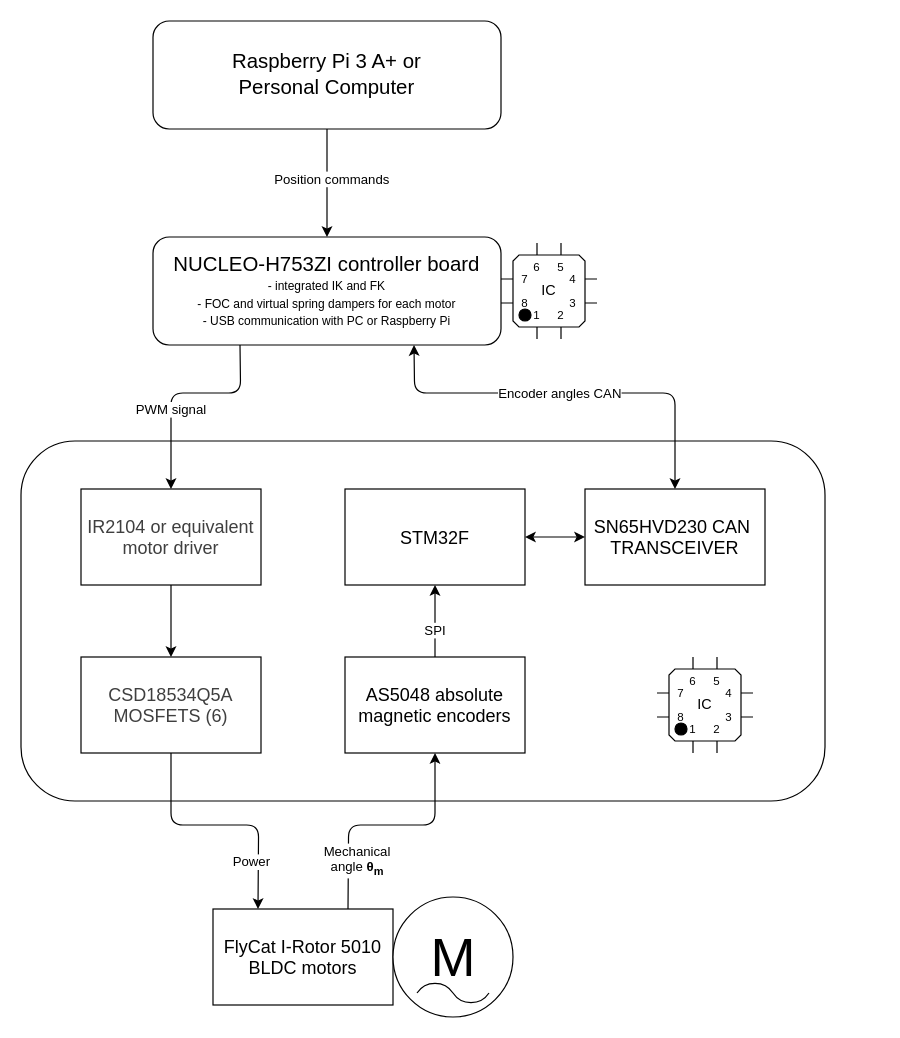
This is Project_Overview.drawio from horvathd2/Custom-Haptic-Device, a draw.io file, before an edit. Source tidied: cells renumbered, new cells numbered last; positions are measured from the earlier drawing's top-left corner, leaving out a move shared by most shapes. Both pictures are drawn from the tidied source at 120%, with x=0, y=0 at pixel (20, 20).
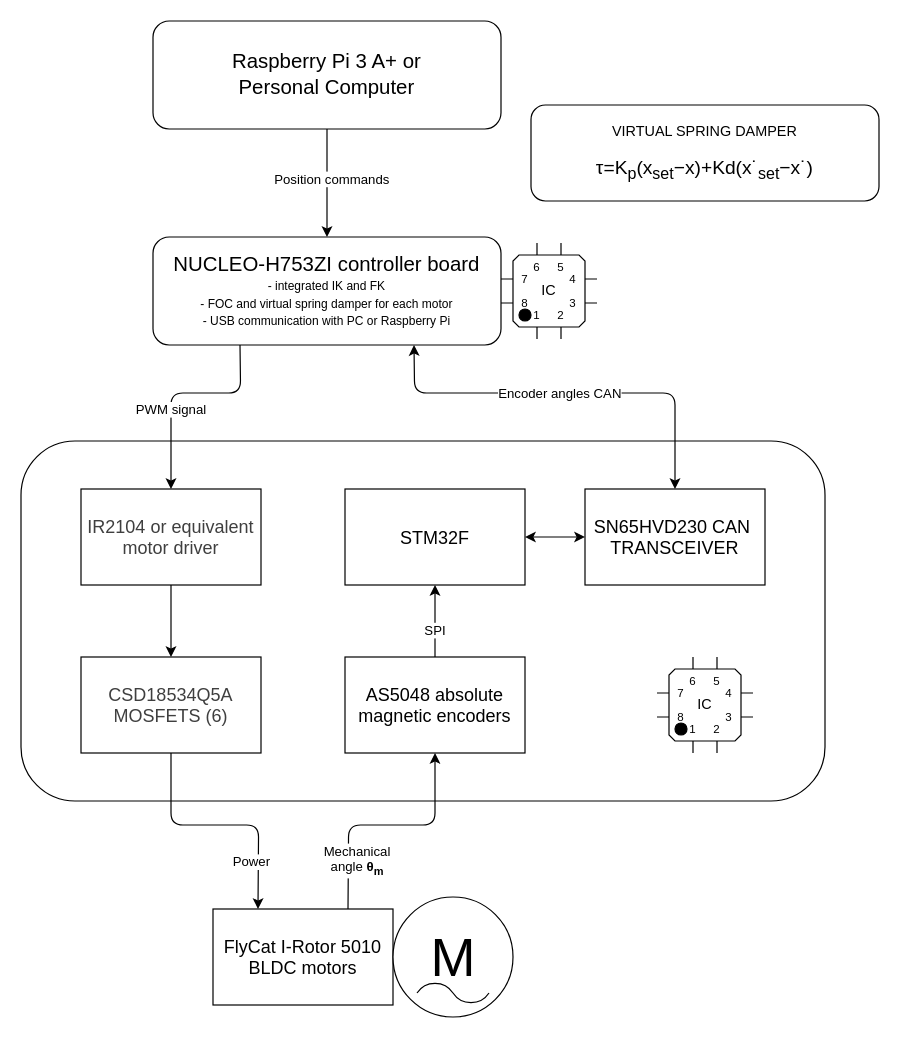
After the change.

Diff of the diagram source:
```diff
@@
-    <mxCell id="5" value="&lt;font style=&quot;font-size: 17px;&quot;&gt;NUCLEO-H753ZI controller board&lt;/font&gt;&lt;div&gt;&lt;font style=&quot;font-size: 10px;&quot;&gt;- integrated IK and FK&lt;/font&gt;&lt;/div&gt;&lt;div&gt;&lt;font style=&quot;font-size: 10px;&quot;&gt;- FOC and virtual spring dampers for each motor&lt;/font&gt;&lt;/div&gt;&lt;div&gt;&lt;font style=&quot;font-size: 10px;&quot;&gt;- USB communication with PC or Raspberry Pi&lt;/font&gt;&lt;/div&gt;" style="rounded=1;whiteSpace=wrap;html=1;" parent="1" vertex="1">
+    <mxCell id="5" value="&lt;font style=&quot;font-size: 17px;&quot;&gt;NUCLEO-H753ZI controller board&lt;/font&gt;&lt;div&gt;&lt;font style=&quot;font-size: 10px;&quot;&gt;- integrated IK and FK&lt;/font&gt;&lt;/div&gt;&lt;div&gt;&lt;font style=&quot;font-size: 10px;&quot;&gt;- FOC and virtual spring damper for each motor&lt;/font&gt;&lt;/div&gt;&lt;div&gt;&lt;font style=&quot;font-size: 10px;&quot;&gt;- USB communication with PC or Raspberry Pi&lt;/font&gt;&lt;/div&gt;" style="rounded=1;whiteSpace=wrap;html=1;" parent="1" vertex="1">
       <mxGeometry x="110" y="180" width="290" height="90" as="geometry" />
     </mxCell>
@@
+    <mxCell id="28" value="VIRTUAL SPRING DAMPER&lt;div&gt;&lt;font color=&quot;#000000&quot;&gt;&lt;br&gt;&lt;/font&gt;&lt;div&gt;&lt;font style=&quot;font-size: 16px;&quot;&gt;&lt;span style=&quot;&quot; class=&quot;base&quot;&gt;&lt;span style=&quot;&quot; class=&quot;mord mathnormal&quot;&gt;τ&lt;/span&gt;&lt;span style=&quot;&quot; class=&quot;mspace&quot;&gt;&lt;/span&gt;&lt;span style=&quot;&quot; class=&quot;mrel&quot;&gt;=&lt;/span&gt;&lt;span style=&quot;&quot; class=&quot;mspace&quot;&gt;&lt;/span&gt;&lt;/span&gt;&lt;span style=&quot;&quot; class=&quot;base&quot;&gt;&lt;span class=&quot;strut&quot;&gt;&lt;/span&gt;&lt;span class=&quot;mord&quot;&gt;&lt;span class=&quot;mord mathnormal&quot;&gt;K&lt;/span&gt;&lt;span class=&quot;msupsub&quot;&gt;&lt;span class=&quot;vlist-t vlist-t2&quot;&gt;&lt;span class=&quot;vlist-r&quot;&gt;&lt;span class=&quot;vlist&quot;&gt;&lt;sub&gt;&lt;span class=&quot;pstrut&quot;&gt;&lt;/span&gt;&lt;span class=&quot;sizing reset-size6 size3 mtight&quot;&gt;&lt;span class=&quot;mord mathnormal mtight&quot;&gt;p&lt;/span&gt;&lt;/span&gt;&lt;/sub&gt;&lt;/span&gt;&lt;span class=&quot;vlist-s&quot;&gt;&lt;/span&gt;&lt;/span&gt;&lt;span class=&quot;vlist-r&quot;&gt;&lt;span class=&quot;vlist&quot;&gt;&lt;/span&gt;&lt;/span&gt;&lt;/span&gt;&lt;/span&gt;&lt;/span&gt;&lt;span class=&quot;mopen&quot;&gt;(&lt;/span&gt;&lt;span class=&quot;mord&quot;&gt;&lt;span class=&quot;mord mathnormal&quot;&gt;x&lt;/span&gt;&lt;span class=&quot;msupsub&quot;&gt;&lt;span class=&quot;vlist-t vlist-t2&quot;&gt;&lt;span class=&quot;vlist-r&quot;&gt;&lt;sub&gt;&lt;span class=&quot;vlist&quot;&gt;&lt;span class=&quot;pstrut&quot;&gt;&lt;/span&gt;&lt;span class=&quot;sizing reset-size6 size3 mtight&quot;&gt;&lt;span class=&quot;mord mtight&quot;&gt;&lt;span class=&quot;mord mathnormal mtight&quot;&gt;se&lt;/span&gt;&lt;span class=&quot;mord mathnormal mtight&quot;&gt;t&lt;/span&gt;&lt;/span&gt;&lt;/span&gt;&lt;/span&gt;&lt;span class=&quot;vlist-s&quot;&gt;&lt;/span&gt;&lt;/sub&gt;&lt;/span&gt;&lt;span class=&quot;vlist-r&quot;&gt;&lt;span class=&quot;vlist&quot;&gt;&lt;/span&gt;&lt;/span&gt;&lt;/span&gt;&lt;/span&gt;&lt;/span&gt;&lt;span class=&quot;mspace&quot;&gt;&lt;/span&gt;&lt;span class=&quot;mbin&quot;&gt;−&lt;/span&gt;&lt;span class=&quot;mspace&quot;&gt;&lt;/span&gt;&lt;/span&gt;&lt;span style=&quot;&quot; class=&quot;base&quot;&gt;&lt;span class=&quot;strut&quot;&gt;&lt;/span&gt;&lt;span class=&quot;mord mathnormal&quot;&gt;x&lt;/span&gt;&lt;span class=&quot;mclose&quot;&gt;)&lt;/span&gt;&lt;span class=&quot;mspace&quot;&gt;&lt;/span&gt;&lt;span class=&quot;mbin&quot;&gt;+&lt;/span&gt;&lt;span class=&quot;mspace&quot;&gt;&lt;/span&gt;&lt;/span&gt;&lt;span style=&quot;&quot; class=&quot;base&quot;&gt;&lt;span class=&quot;strut&quot;&gt;&lt;/span&gt;&lt;span class=&quot;mord&quot;&gt;&lt;span class=&quot;mord mathnormal&quot;&gt;K&lt;/span&gt;&lt;span class=&quot;msupsub&quot;&gt;&lt;span class=&quot;vlist-t vlist-t2&quot;&gt;&lt;span class=&quot;vlist-r&quot;&gt;&lt;span class=&quot;vlist&quot;&gt;&lt;span class=&quot;pstrut&quot;&gt;&lt;/span&gt;&lt;span class=&quot;sizing reset-size6 size3 mtight&quot;&gt;&lt;span class=&quot;mord mathnormal mtight&quot;&gt;d&lt;/span&gt;&lt;/span&gt;&lt;/span&gt;&lt;span class=&quot;vlist-s&quot;&gt;&lt;/span&gt;&lt;/span&gt;&lt;span class=&quot;vlist-r&quot;&gt;&lt;span class=&quot;vlist&quot;&gt;&lt;/span&gt;&lt;/span&gt;&lt;/span&gt;&lt;/span&gt;&lt;/span&gt;&lt;span class=&quot;mopen&quot;&gt;(&lt;/span&gt;&lt;span class=&quot;mord&quot;&gt;&lt;span class=&quot;mord accent&quot;&gt;&lt;span class=&quot;vlist-t&quot;&gt;&lt;span class=&quot;vlist-r&quot;&gt;&lt;span class=&quot;vlist&quot;&gt;&lt;span class=&quot;pstrut&quot;&gt;&lt;/span&gt;&lt;span class=&quot;mord mathnormal&quot;&gt;x&lt;/span&gt;&lt;span class=&quot;pstrut&quot;&gt;&lt;/span&gt;&lt;span class=&quot;accent-body&quot;&gt;&lt;span class=&quot;mord&quot;&gt;˙&lt;/span&gt;&lt;/span&gt;&lt;/span&gt;&lt;/span&gt;&lt;/span&gt;&lt;/span&gt;&lt;span class=&quot;msupsub&quot;&gt;&lt;span class=&quot;vlist-t vlist-t2&quot;&gt;&lt;span class=&quot;vlist-r&quot;&gt;&lt;sub&gt;&lt;span class=&quot;vlist&quot;&gt;&lt;span class=&quot;pstrut&quot;&gt;&lt;/span&gt;&lt;span class=&quot;sizing reset-size6 size3 mtight&quot;&gt;&lt;span class=&quot;mord mtight&quot;&gt;&lt;span class=&quot;mord mathnormal mtight&quot;&gt;se&lt;/span&gt;&lt;span class=&quot;mord mathnormal mtight&quot;&gt;t&lt;/span&gt;&lt;/span&gt;&lt;/span&gt;&lt;/span&gt;&lt;span class=&quot;vlist-s&quot;&gt;&lt;/span&gt;&lt;/sub&gt;&lt;/span&gt;&lt;span class=&quot;vlist-r&quot;&gt;&lt;span class=&quot;vlist&quot;&gt;&lt;/span&gt;&lt;/span&gt;&lt;/span&gt;&lt;/span&gt;&lt;/span&gt;&lt;span class=&quot;mspace&quot;&gt;&lt;/span&gt;&lt;span class=&quot;mbin&quot;&gt;−&lt;/span&gt;&lt;span class=&quot;mspace&quot;&gt;&lt;/span&gt;&lt;/span&gt;&lt;span style=&quot;&quot; class=&quot;base&quot;&gt;&lt;span style=&quot;&quot; class=&quot;strut&quot;&gt;&lt;/span&gt;&lt;span style=&quot;&quot; class=&quot;mord accent&quot;&gt;&lt;span class=&quot;vlist-t&quot;&gt;&lt;span class=&quot;vlist-r&quot;&gt;&lt;span class=&quot;vlist&quot;&gt;&lt;span class=&quot;pstrut&quot;&gt;&lt;/span&gt;&lt;span class=&quot;mord mathnormal&quot;&gt;x&lt;/span&gt;&lt;span class=&quot;pstrut&quot;&gt;&lt;/span&gt;&lt;span class=&quot;accent-body&quot;&gt;&lt;span class=&quot;mord&quot;&gt;˙&lt;/span&gt;&lt;/span&gt;&lt;/span&gt;&lt;/span&gt;&lt;/span&gt;&lt;/span&gt;&lt;span style=&quot;&quot; class=&quot;mclose&quot;&gt;)&lt;/span&gt;&lt;/span&gt;&lt;/font&gt;&lt;/div&gt;&lt;/div&gt;" style="rounded=1;whiteSpace=wrap;html=1;" parent="1" vertex="1">
+      <mxGeometry x="425" y="70" width="290" height="80" as="geometry" />
+    </mxCell>
```
